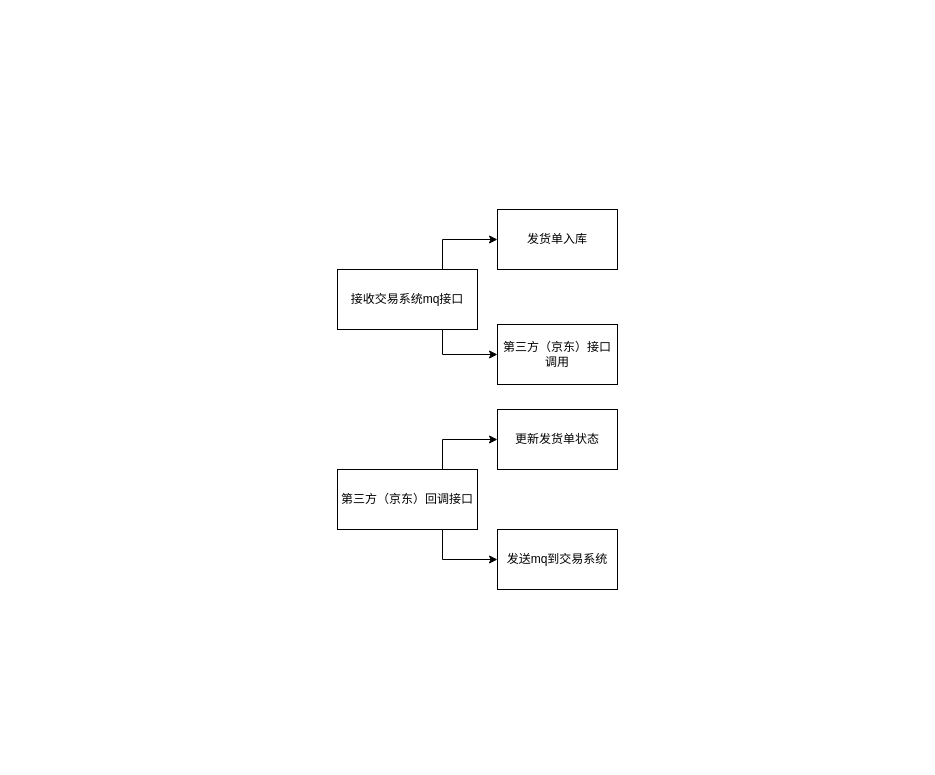
Above: Untitled Diagram.drawio in yindongjun/drawio-2 (draw.io), before the change. Source tidied: cells renumbered, new cells numbered last; positions are measured from the earlier drawing's top-left corner, leaving out a move shared by most shapes. Both pictures are drawn from the tidied source at 100%, with x=0, y=0 at pixel (337, 209).
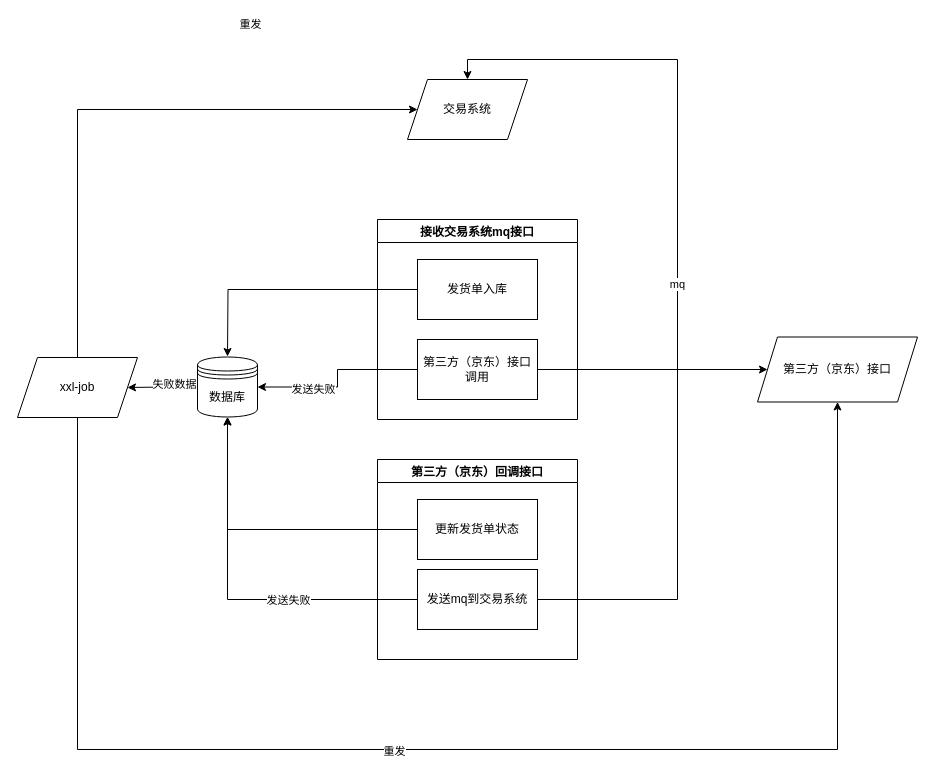
Above is the later version.

Commit message:
交易系统对接流程

Diff of the diagram source:
```diff
@@
-    <mxCell id="2" style="edgeStyle=orthogonalEdgeStyle;rounded=0;jettySize=auto;html=1;exitX=0.75;exitY=1;exitDx=0;exitDy=0;entryX=0;entryY=0.5;entryDx=0;entryDy=0;" parent="1" edge="1" source="4" target="9">
-      <mxGeometry relative="1" as="geometry" />
-    </mxCell>
-    <mxCell id="3" style="edgeStyle=orthogonalEdgeStyle;rounded=0;jettySize=auto;html=1;exitX=0.75;exitY=0;exitDx=0;exitDy=0;entryX=0;entryY=0.5;entryDx=0;entryDy=0;" parent="1" edge="1" source="4" target="8">
-      <mxGeometry relative="1" as="geometry" />
-    </mxCell>
+    <mxCell id="12" style="edgeStyle=orthogonalEdgeStyle;rounded=0;jettySize=auto;html=1;exitX=0;exitY=0.5;exitDx=0;exitDy=0;" parent="1" edge="1" source="8">
+      <mxGeometry relative="1" as="geometry">
+        <mxPoint x="-110" y="147" as="targetPoint" />
+      </mxGeometry>
+    </mxCell>
+    <mxCell id="13" style="edgeStyle=orthogonalEdgeStyle;rounded=0;jettySize=auto;html=1;exitX=0;exitY=0.5;exitDx=0;exitDy=0;entryX=1;entryY=0.5;entryDx=0;entryDy=0;" parent="1" edge="1" source="15" target="21">
+      <mxGeometry relative="1" as="geometry" />
+    </mxCell>
+    <mxCell id="14" value="失败数据" style="edgeLabel;html=1;align=center;verticalAlign=middle;" parent="13" vertex="1">
+      <mxGeometry x="-0.14" y="3" relative="1" as="geometry">
+        <mxPoint x="3" y="-3" as="offset" />
+      </mxGeometry>
+    </mxCell>
+    <mxCell id="15" value="数据库" style="shape=datastore;whiteSpace=wrap;html=1;" parent="1" vertex="1">
+      <mxGeometry x="-140" y="147.5" width="60" height="60" as="geometry" />
+    </mxCell>
+    <mxCell id="16" value="第三方（京东）接口" style="shape=parallelogram;perimeter=parallelogramPerimeter;whiteSpace=wrap;html=1;fixedSize=1;" parent="1" vertex="1">
+      <mxGeometry x="420" y="127.5" width="160" height="65" as="geometry" />
+    </mxCell>
+    <mxCell id="17" style="edgeStyle=orthogonalEdgeStyle;rounded=0;jettySize=auto;html=1;exitX=0.5;exitY=0;exitDx=0;exitDy=0;entryX=0;entryY=0.5;entryDx=0;entryDy=0;" parent="1" edge="1" source="21" target="22">
+      <mxGeometry relative="1" as="geometry">
+        <Array as="points">
+          <mxPoint x="-260" y="-100" />
+        </Array>
+      </mxGeometry>
+    </mxCell>
+    <mxCell id="18" value="重发" style="edgeLabel;html=1;align=center;verticalAlign=middle;" parent="17" vertex="1">
+      <mxGeometry x="-0.16" y="-86" relative="1" as="geometry">
+        <mxPoint x="86" y="-87" as="offset" />
+      </mxGeometry>
+    </mxCell>
+    <mxCell id="19" style="edgeStyle=orthogonalEdgeStyle;rounded=0;jettySize=auto;html=1;exitX=0.5;exitY=1;exitDx=0;exitDy=0;entryX=0.5;entryY=1;entryDx=0;entryDy=0;" parent="1" edge="1" source="21" target="16">
+      <mxGeometry relative="1" as="geometry">
+        <Array as="points">
+          <mxPoint x="-260" y="540" />
+          <mxPoint x="500" y="540" />
+        </Array>
+      </mxGeometry>
+    </mxCell>
+    <mxCell id="20" value="重发" style="edgeLabel;html=1;align=center;verticalAlign=middle;" parent="19" vertex="1">
+      <mxGeometry x="-0.1" y="-1" relative="1" as="geometry" />
+    </mxCell>
+    <mxCell id="21" value="xxl-job" style="shape=parallelogram;perimeter=parallelogramPerimeter;whiteSpace=wrap;html=1;fixedSize=1;" parent="1" vertex="1">
+      <mxGeometry x="-320" y="148" width="120" height="60" as="geometry" />
+    </mxCell>
+    <mxCell id="22" value="交易系统" style="shape=parallelogram;perimeter=parallelogramPerimeter;whiteSpace=wrap;html=1;fixedSize=1;" parent="1" vertex="1">
+      <mxGeometry x="70" y="-130" width="120" height="60" as="geometry" />
+    </mxCell>
-    <mxCell id="4" value="接收交易系统mq接口" style="rounded=0;whiteSpace=wrap;html=1;" parent="1" vertex="1">
-      <mxGeometry y="60" width="140" height="60" as="geometry" />
+    <mxCell id="4" value="接收交易系统mq接口" style="swimlane;" parent="1" vertex="1">
+      <mxGeometry x="40" y="10" width="200" height="200" as="geometry" />
     </mxCell>
-    <mxCell id="5" style="edgeStyle=orthogonalEdgeStyle;rounded=0;jettySize=auto;html=1;exitX=0.75;exitY=1;exitDx=0;exitDy=0;entryX=0;entryY=0.5;entryDx=0;entryDy=0;" parent="1" edge="1" source="7" target="11">
-      <mxGeometry relative="1" as="geometry" />
-    </mxCell>
-    <mxCell id="6" style="edgeStyle=orthogonalEdgeStyle;rounded=0;jettySize=auto;html=1;exitX=0.75;exitY=0;exitDx=0;exitDy=0;entryX=0;entryY=0.5;entryDx=0;entryDy=0;" parent="1" edge="1" source="7" target="10">
-      <mxGeometry relative="1" as="geometry" />
-    </mxCell>
-    <mxCell id="7" value="第三方（京东）回调接口" style="rounded=0;whiteSpace=wrap;html=1;" parent="1" vertex="1">
-      <mxGeometry y="260" width="140" height="60" as="geometry" />
-    </mxCell>
-    <mxCell id="8" value="发货单入库" style="rounded=0;whiteSpace=wrap;html=1;" parent="1" vertex="1">
-      <mxGeometry x="160" width="120" height="60" as="geometry" />
+    <mxCell id="8" value="发货单入库" style="rounded=0;whiteSpace=wrap;html=1;" parent="4" vertex="1">
+      <mxGeometry x="40" y="40" width="120" height="60" as="geometry" />
     </mxCell>
-    <mxCell id="9" value="第三方（京东）接口调用" style="rounded=0;whiteSpace=wrap;html=1;" parent="1" vertex="1">
-      <mxGeometry x="160" y="115" width="120" height="60" as="geometry" />
+    <mxCell id="9" value="第三方（京东）接口调用" style="rounded=0;whiteSpace=wrap;html=1;" parent="4" vertex="1">
+      <mxGeometry x="40" y="120" width="120" height="60" as="geometry" />
     </mxCell>
+    <mxCell id="7" value="第三方（京东）回调接口" style="swimlane;" parent="1" vertex="1">
+      <mxGeometry x="40" y="250" width="200" height="200" as="geometry" />
+    </mxCell>
-    <mxCell id="10" value="更新发货单状态" style="rounded=0;whiteSpace=wrap;html=1;" parent="1" vertex="1">
-      <mxGeometry x="160" y="200" width="120" height="60" as="geometry" />
+    <mxCell id="10" value="更新发货单状态" style="rounded=0;whiteSpace=wrap;html=1;" parent="7" vertex="1">
+      <mxGeometry x="40" y="40" width="120" height="60" as="geometry" />
     </mxCell>
-    <mxCell id="11" value="发送mq到交易系统" style="rounded=0;whiteSpace=wrap;html=1;" parent="1" vertex="1">
-      <mxGeometry x="160" y="320" width="120" height="60" as="geometry" />
+    <mxCell id="11" value="发送mq到交易系统" style="rounded=0;whiteSpace=wrap;html=1;" parent="7" vertex="1">
+      <mxGeometry x="40" y="110" width="120" height="60" as="geometry" />
     </mxCell>
+    <mxCell id="23" style="edgeStyle=orthogonalEdgeStyle;rounded=0;jettySize=auto;html=1;exitX=0;exitY=0.5;exitDx=0;exitDy=0;" parent="1" edge="1" source="10" target="15">
+      <mxGeometry relative="1" as="geometry" />
+    </mxCell>
+    <mxCell id="24" style="edgeStyle=orthogonalEdgeStyle;rounded=0;jettySize=auto;html=1;exitX=1;exitY=0.5;exitDx=0;exitDy=0;entryX=0;entryY=0.5;entryDx=0;entryDy=0;" parent="1" edge="1" source="9" target="16">
+      <mxGeometry relative="1" as="geometry" />
+    </mxCell>
+    <mxCell id="25" value="mq" style="edgeStyle=orthogonalEdgeStyle;rounded=0;jettySize=auto;html=1;exitX=1;exitY=0.5;exitDx=0;exitDy=0;entryX=0.5;entryY=0;entryDx=0;entryDy=0;" parent="1" edge="1" source="11" target="22">
+      <mxGeometry relative="1" as="geometry">
+        <Array as="points">
+          <mxPoint x="340" y="390" />
+          <mxPoint x="340" y="-150" />
+          <mxPoint x="130" y="-150" />
+        </Array>
+      </mxGeometry>
+    </mxCell>
+    <mxCell id="26" style="edgeStyle=orthogonalEdgeStyle;rounded=0;jettySize=auto;html=1;exitX=0;exitY=0.5;exitDx=0;exitDy=0;entryX=0.5;entryY=1;entryDx=0;entryDy=0;" parent="1" edge="1" source="11" target="15">
+      <mxGeometry relative="1" as="geometry" />
+    </mxCell>
+    <mxCell id="27" value="发送失败" style="edgeLabel;html=1;align=center;verticalAlign=middle;" parent="26" vertex="1">
+      <mxGeometry x="-0.3" relative="1" as="geometry" />
+    </mxCell>
+    <mxCell id="28" style="edgeStyle=orthogonalEdgeStyle;rounded=0;jettySize=auto;html=1;exitX=0;exitY=0.5;exitDx=0;exitDy=0;entryX=1;entryY=0.5;entryDx=0;entryDy=0;" parent="1" edge="1" source="9" target="15">
+      <mxGeometry relative="1" as="geometry" />
+    </mxCell>
+    <mxCell id="29" value="发送失败" style="edgeLabel;html=1;align=center;verticalAlign=middle;" parent="28" vertex="1">
+      <mxGeometry x="0.37" y="2" relative="1" as="geometry" />
+    </mxCell>
```
